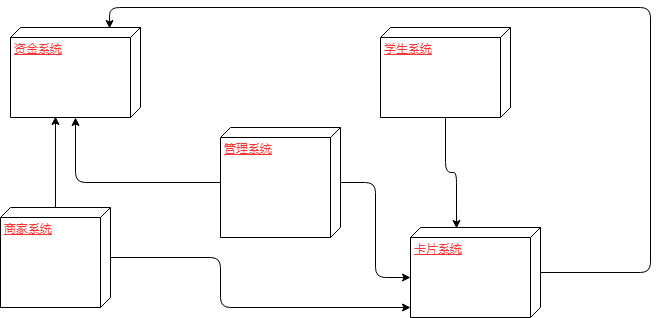
This is week01/组件图.png from xiaozhubao/jg, a draw.io export, as it was before one commit. Source tidied: cells renumbered, new cells last; positions are measured from the earlier drawing's top-left corner, leaving out a move shared by most shapes.
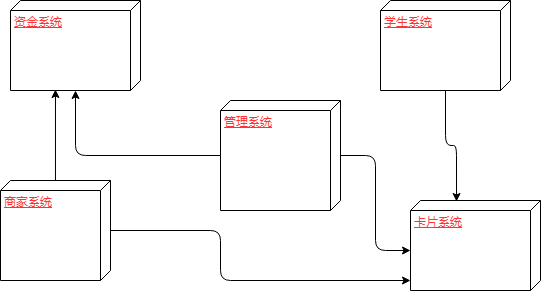
Later version of the same file.

Commit message:
更新组件图.png

The edit, as a diff of the source:
```diff
@@ -34,15 +34,6 @@
     <mxCell id="10" value="学生系统" style="verticalAlign=top;align=left;spacingTop=8;spacingLeft=2;spacingRight=12;shape=cube;size=10;direction=south;fontStyle=4;html=1;fontColor=#FF3333;" parent="1" vertex="1">
       <mxGeometry x="380" y="20" width="130" height="90" as="geometry" />
     </mxCell>
-    <mxCell id="11" style="edgeStyle=orthogonalEdgeStyle;rounded=1;jettySize=auto;html=1;entryX=0.011;entryY=0.238;entryDx=0;entryDy=0;entryPerimeter=0;fontColor=#FF3333;" parent="1" edge="1" source="12" target="5">
-      <mxGeometry relative="1" as="geometry">
-        <Array as="points">
-          <mxPoint x="650" y="265" />
-          <mxPoint x="650" />
-          <mxPoint x="109" />
-        </Array>
-      </mxGeometry>
-    </mxCell>
     <mxCell id="12" value="卡片系统" style="verticalAlign=top;align=left;spacingTop=8;spacingLeft=2;spacingRight=12;shape=cube;size=10;direction=south;fontStyle=4;html=1;fontColor=#FF3333;" parent="1" vertex="1">
       <mxGeometry x="410" y="220" width="130" height="90" as="geometry" />
     </mxCell>
```
